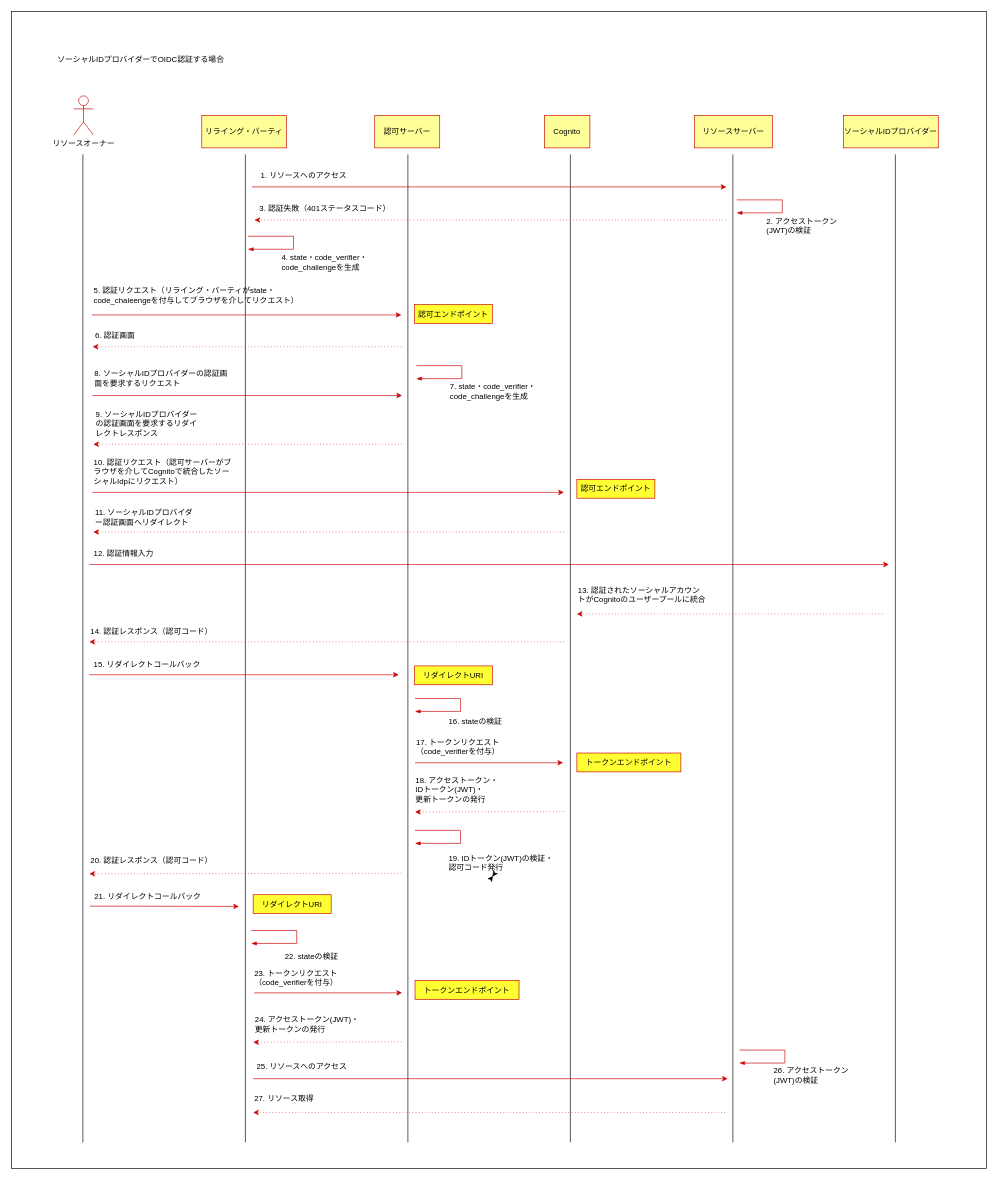
This is drawio/social.drawio from Crea7dosSantos/laravel-cognito-oauth, a draw.io file, before an edit. Source tidied: cells renumbered, new cells numbered last; positions are measured from the earlier drawing's top-left corner, leaving out a move shared by most shapes. Both pictures are drawn from the tidied source at 65%, with x=0, y=0 at pixel (11, 11).
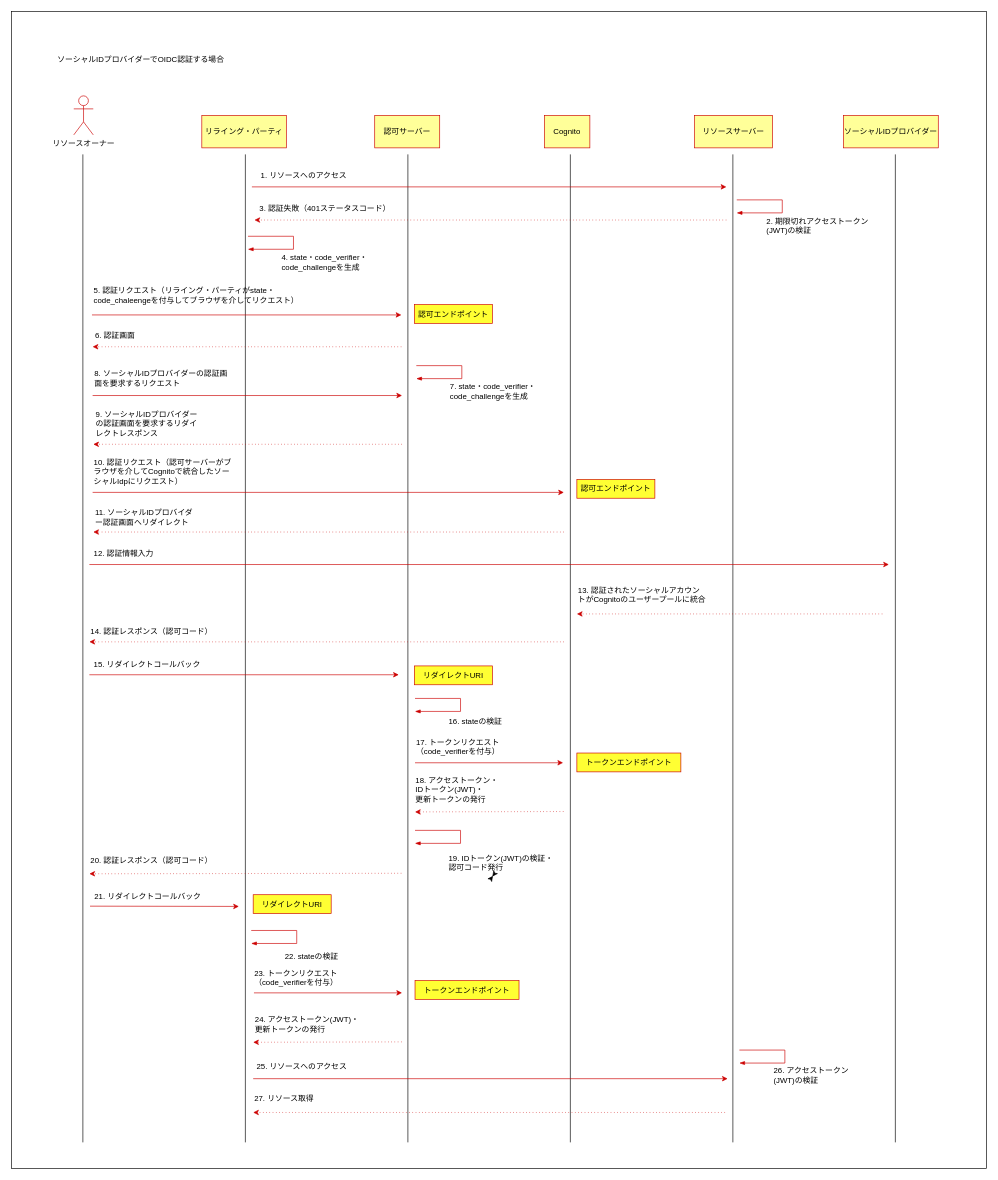
After the change.

Diff of the diagram source:
```diff
@@
-    <mxCell id="52" value="2. アクセストークン(JWT)の検証" style="text;html=1;strokeColor=none;fillColor=none;align=left;verticalAlign=middle;whiteSpace=wrap;rounded=0;labelBackgroundColor=none;labelBorderColor=none;fontColor=#000000;" parent="1" vertex="1">
-      <mxGeometry x="1160" y="321" width="140" height="17" as="geometry" />
+    <mxCell id="52" value="2. 期限切れアクセストークン(JWT)の検証" style="text;html=1;strokeColor=none;fillColor=none;align=left;verticalAlign=middle;whiteSpace=wrap;rounded=0;labelBackgroundColor=none;labelBorderColor=none;fontColor=#000000;" parent="1" vertex="1">
+      <mxGeometry x="1160" y="321" width="160" height="17" as="geometry" />
     </mxCell>
```
